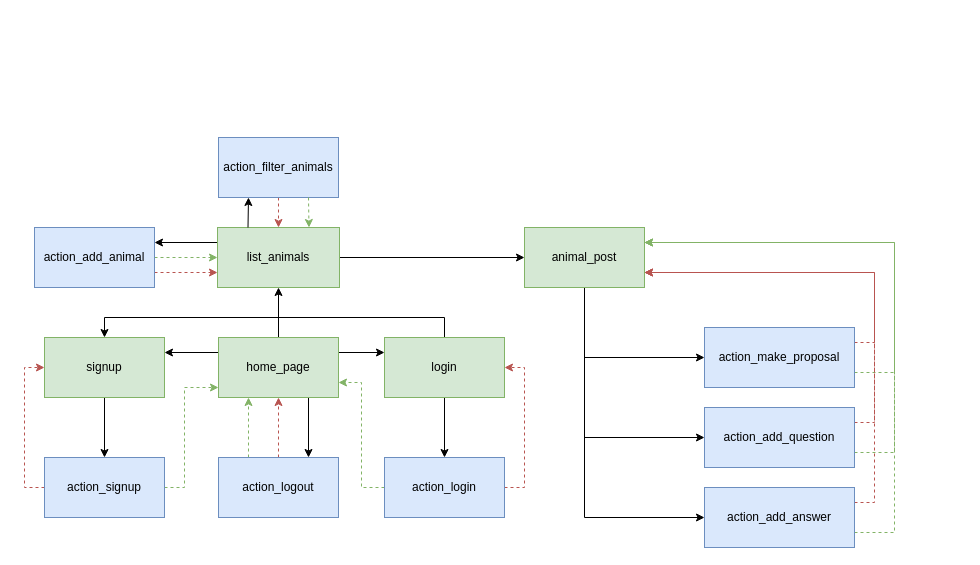
This is documentation/navigation_diagram.drawio from JoaoCostaIFG/LTW, a draw.io file, before an edit. Source tidied: cells renumbered, new cells numbered last; positions are measured from the earlier drawing's top-left corner, leaving out a move shared by most shapes. Both pictures are drawn from the tidied source at 100%, with x=0, y=0 at pixel (34, 137).
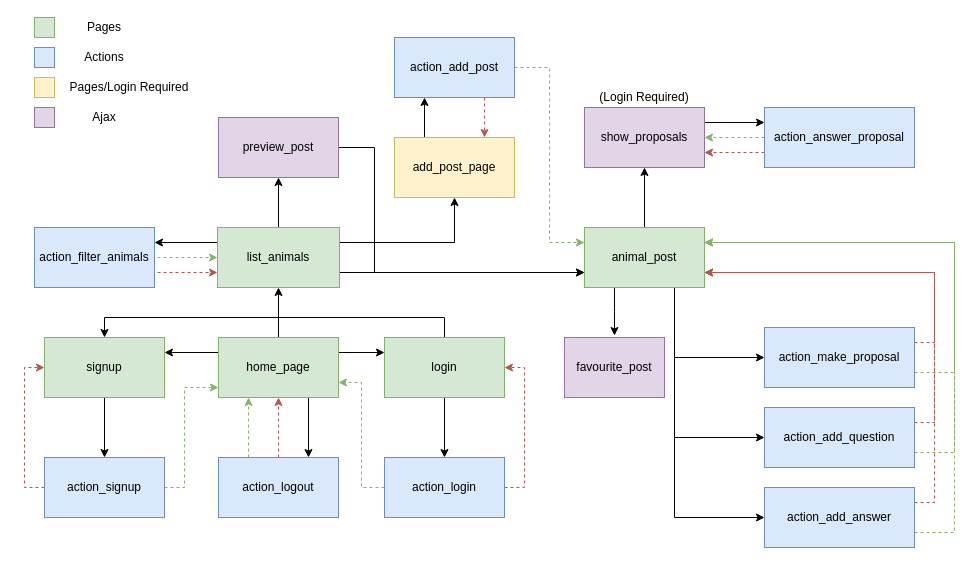
The same diagram, later.

Commit message (it also covers changes not shown here):
navigation diagram

The change refers to these unchanged cells:
```xml
<mxCell id="23" value="list_animals" style="rounded=0;whiteSpace=wrap;html=1;fillColor=#d5e8d4;strokeColor=#82b366;" parent="1" vertex="1">
  <mxGeometry x="183" y="90" width="122" height="60" as="geometry" />
</mxCell>
```

Change to the diagram source:
```diff
@@
-    <mxCell id="18" style="edgeStyle=orthogonalEdgeStyle;rounded=0;jettySize=auto;html=1;exitX=1;exitY=0.5;exitDx=0;exitDy=0;entryX=0;entryY=0.5;entryDx=0;entryDy=0;fillColor=#d5e8d4;strokeColor=#82b366;dashed=1;" parent="1" edge="1" source="20" target="23">
-      <mxGeometry relative="1" as="geometry" />
-    </mxCell>
-    <mxCell id="19" style="edgeStyle=orthogonalEdgeStyle;rounded=0;jettySize=auto;html=1;exitX=1;exitY=0.75;exitDx=0;exitDy=0;entryX=0;entryY=0.75;entryDx=0;entryDy=0;fillColor=#f8cecc;strokeColor=#b85450;dashed=1;" parent="1" edge="1" source="20" target="23">
-      <mxGeometry relative="1" as="geometry" />
-    </mxCell>
-    <mxCell id="20" value="action_add_animal" style="rounded=0;whiteSpace=wrap;html=1;fillColor=#dae8fc;strokeColor=#6c8ebf;" parent="1" vertex="1">
-      <mxGeometry y="90" width="120" height="60" as="geometry" />
-    </mxCell>
-    <mxCell id="21" style="edgeStyle=orthogonalEdgeStyle;rounded=0;jettySize=auto;html=1;exitX=1;exitY=0.5;exitDx=0;exitDy=0;entryX=0;entryY=0.5;entryDx=0;entryDy=0;" parent="1" edge="1" source="23" target="31">
+    <mxCell id="21" style="edgeStyle=orthogonalEdgeStyle;rounded=0;jettySize=auto;html=1;exitX=1;exitY=0.75;exitDx=0;exitDy=0;entryX=0;entryY=0.75;entryDx=0;entryDy=0;" parent="1" edge="1" source="23" target="31">
       <mxGeometry relative="1" as="geometry" />
     </mxCell>
-    <mxCell id="22" style="edgeStyle=orthogonalEdgeStyle;rounded=0;jettySize=auto;html=1;exitX=0;exitY=0.25;exitDx=0;exitDy=0;entryX=1;entryY=0.25;entryDx=0;entryDy=0;" parent="1" edge="1" source="23" target="20">
-      <mxGeometry relative="1" as="geometry" />
-    </mxCell>
+    <mxCell id="44" style="edgeStyle=orthogonalEdgeStyle;rounded=0;jettySize=auto;html=1;exitX=1;exitY=0.25;exitDx=0;exitDy=0;" parent="1" edge="1" source="23" target="56">
+      <mxGeometry relative="1" as="geometry" />
+    </mxCell>
+    <mxCell id="26" style="edgeStyle=orthogonalEdgeStyle;rounded=0;jettySize=auto;html=1;exitX=0;exitY=0.25;exitDx=0;exitDy=0;entryX=1;entryY=0.25;entryDx=0;entryDy=0;" parent="1" edge="1" source="23" target="25">
+      <mxGeometry relative="1" as="geometry" />
+    </mxCell>
+    <mxCell id="45" style="edgeStyle=orthogonalEdgeStyle;rounded=0;jettySize=auto;html=1;exitX=0.5;exitY=0;exitDx=0;exitDy=0;entryX=0.5;entryY=1;entryDx=0;entryDy=0;" parent="1" edge="1" source="23" target="63">
+      <mxGeometry relative="1" as="geometry" />
+    </mxCell>
@@
-    <mxCell id="24" style="edgeStyle=orthogonalEdgeStyle;rounded=0;jettySize=auto;html=1;exitX=0.5;exitY=1;exitDx=0;exitDy=0;entryX=0.5;entryY=0;entryDx=0;entryDy=0;dashed=1;fillColor=#f8cecc;strokeColor=#b85450;" parent="1" edge="1" source="25" target="23">
-      <mxGeometry relative="1" as="geometry" />
+    <mxCell id="24" style="edgeStyle=orthogonalEdgeStyle;rounded=0;jettySize=auto;html=1;exitX=1;exitY=0.5;exitDx=0;exitDy=0;entryX=0;entryY=0.75;entryDx=0;entryDy=0;dashed=1;fillColor=#f8cecc;strokeColor=#b85450;" parent="1" edge="1" source="25" target="23">
+      <mxGeometry relative="1" as="geometry">
+        <Array as="points">
+          <mxPoint x="120" y="135" />
+        </Array>
+      </mxGeometry>
     </mxCell>
+    <mxCell id="27" style="edgeStyle=orthogonalEdgeStyle;rounded=0;jettySize=auto;html=1;exitX=1;exitY=0.25;exitDx=0;exitDy=0;entryX=0;entryY=0.5;entryDx=0;entryDy=0;dashed=1;fillColor=#d5e8d4;strokeColor=#82b366;" parent="1" edge="1" source="25" target="23">
+      <mxGeometry relative="1" as="geometry">
+        <Array as="points">
+          <mxPoint x="120" y="120" />
+        </Array>
+      </mxGeometry>
+    </mxCell>
     <mxCell id="25" value="&lt;div&gt;action_filter_animals&lt;/div&gt;" style="rounded=0;whiteSpace=wrap;html=1;fillColor=#dae8fc;strokeColor=#6c8ebf;" parent="1" vertex="1">
-      <mxGeometry x="184" width="120" height="60" as="geometry" />
+      <mxGeometry y="90" width="120" height="60" as="geometry" />
     </mxCell>
-    <mxCell id="26" style="endArrow=classic;html=1;exitX=0.25;exitY=0;exitDx=0;exitDy=0;entryX=0.25;entryY=1;entryDx=0;entryDy=0;" parent="1" edge="1" source="23" target="25">
-      <mxGeometry relative="1" as="geometry" />
-    </mxCell>
-    <mxCell id="27" style="endArrow=classic;html=1;entryX=0.75;entryY=0;entryDx=0;entryDy=0;exitX=0.75;exitY=1;exitDx=0;exitDy=0;fillColor=#d5e8d4;strokeColor=#82b366;dashed=1;" parent="1" edge="1" source="25" target="23">
-      <mxGeometry relative="1" as="geometry" />
-    </mxCell>
-    <mxCell id="28" style="edgeStyle=orthogonalEdgeStyle;rounded=0;jettySize=auto;html=1;exitX=0.5;exitY=1;exitDx=0;exitDy=0;entryX=0;entryY=0.5;entryDx=0;entryDy=0;" parent="1" edge="1" source="31" target="34">
+    <mxCell id="28" style="edgeStyle=orthogonalEdgeStyle;rounded=0;jettySize=auto;html=1;exitX=0.75;exitY=1;exitDx=0;exitDy=0;entryX=0;entryY=0.5;entryDx=0;entryDy=0;" parent="1" edge="1" source="31" target="34">
       <mxGeometry relative="1" as="geometry" />
     </mxCell>
-    <mxCell id="29" style="edgeStyle=orthogonalEdgeStyle;rounded=0;jettySize=auto;html=1;exitX=0.5;exitY=1;exitDx=0;exitDy=0;entryX=0;entryY=0.5;entryDx=0;entryDy=0;" parent="1" edge="1" source="31" target="37">
+    <mxCell id="29" style="edgeStyle=orthogonalEdgeStyle;rounded=0;jettySize=auto;html=1;exitX=0.75;exitY=1;exitDx=0;exitDy=0;entryX=0;entryY=0.5;entryDx=0;entryDy=0;" parent="1" edge="1" source="31" target="37">
       <mxGeometry relative="1" as="geometry" />
     </mxCell>
-    <mxCell id="30" style="edgeStyle=orthogonalEdgeStyle;rounded=0;jettySize=auto;html=1;exitX=0.5;exitY=1;exitDx=0;exitDy=0;entryX=0;entryY=0.5;entryDx=0;entryDy=0;" parent="1" edge="1" source="31" target="40">
+    <mxCell id="30" style="edgeStyle=orthogonalEdgeStyle;rounded=0;jettySize=auto;html=1;exitX=0.75;exitY=1;exitDx=0;exitDy=0;entryX=0;entryY=0.5;entryDx=0;entryDy=0;" parent="1" edge="1" source="31" target="40">
       <mxGeometry relative="1" as="geometry" />
     </mxCell>
+    <mxCell id="46" style="edgeStyle=orthogonalEdgeStyle;rounded=0;jettySize=auto;html=1;exitX=0.5;exitY=0;exitDx=0;exitDy=0;entryX=0.5;entryY=1;entryDx=0;entryDy=0;" parent="1" edge="1" source="31" target="49">
+      <mxGeometry relative="1" as="geometry" />
+    </mxCell>
+    <mxCell id="47" style="edgeStyle=orthogonalEdgeStyle;rounded=0;jettySize=auto;html=1;exitX=0.25;exitY=1;exitDx=0;exitDy=0;" parent="1" edge="1" source="31">
+      <mxGeometry relative="1" as="geometry">
+        <mxPoint x="580" y="198" as="targetPoint" />
+      </mxGeometry>
+    </mxCell>
     <mxCell id="31" value="animal_post" style="rounded=0;whiteSpace=wrap;html=1;fillColor=#d5e8d4;strokeColor=#82b366;" parent="1" vertex="1">
-      <mxGeometry x="490" y="90" width="120" height="60" as="geometry" />
+      <mxGeometry x="550" y="90" width="120" height="60" as="geometry" />
     </mxCell>
     <mxCell id="32" style="edgeStyle=orthogonalEdgeStyle;rounded=0;jettySize=auto;html=1;exitX=1;exitY=0.75;exitDx=0;exitDy=0;entryX=1;entryY=0.25;entryDx=0;entryDy=0;fillColor=#d5e8d4;strokeColor=#82b366;dashed=1;" parent="1" edge="1" source="34" target="31">
       <mxGeometry relative="1" as="geometry">
         <Array as="points">
-          <mxPoint x="860" y="235" />
-          <mxPoint x="860" y="105" />
+          <mxPoint x="920" y="235" />
+          <mxPoint x="920" y="105" />
         </Array>
       </mxGeometry>
     </mxCell>
@@
     <mxCell id="34" value="&lt;div&gt;action_make_proposal&lt;/div&gt;" style="rounded=0;whiteSpace=wrap;html=1;fillColor=#dae8fc;strokeColor=#6c8ebf;" parent="1" vertex="1">
-      <mxGeometry x="670" y="190" width="150" height="60" as="geometry" />
+      <mxGeometry x="730" y="190" width="150" height="60" as="geometry" />
     </mxCell>
     <mxCell id="35" style="edgeStyle=orthogonalEdgeStyle;rounded=0;jettySize=auto;html=1;exitX=1;exitY=0.75;exitDx=0;exitDy=0;entryX=1;entryY=0.25;entryDx=0;entryDy=0;fillColor=#d5e8d4;strokeColor=#82b366;dashed=1;" parent="1" edge="1" source="37" target="31">
       <mxGeometry relative="1" as="geometry">
         <Array as="points">
-          <mxPoint x="860" y="315" />
-          <mxPoint x="860" y="105" />
+          <mxPoint x="920" y="315" />
+          <mxPoint x="920" y="105" />
         </Array>
       </mxGeometry>
     </mxCell>
@@
     <mxCell id="37" value="action_add_question" style="rounded=0;whiteSpace=wrap;html=1;fillColor=#dae8fc;strokeColor=#6c8ebf;" parent="1" vertex="1">
-      <mxGeometry x="670" y="270" width="150" height="60" as="geometry" />
+      <mxGeometry x="730" y="270" width="150" height="60" as="geometry" />
     </mxCell>
     <mxCell id="38" style="edgeStyle=orthogonalEdgeStyle;rounded=0;jettySize=auto;html=1;exitX=1;exitY=0.75;exitDx=0;exitDy=0;entryX=1;entryY=0.25;entryDx=0;entryDy=0;dashed=1;fillColor=#d5e8d4;strokeColor=#82b366;" parent="1" edge="1" source="40" target="31">
       <mxGeometry relative="1" as="geometry">
         <Array as="points">
-          <mxPoint x="860" y="395" />
-          <mxPoint x="860" y="105" />
+          <mxPoint x="920" y="395" />
+          <mxPoint x="920" y="105" />
         </Array>
       </mxGeometry>
     </mxCell>
@@
     <mxCell id="40" value="action_add_answer" style="rounded=0;whiteSpace=wrap;html=1;fillColor=#dae8fc;strokeColor=#6c8ebf;" parent="1" vertex="1">
-      <mxGeometry x="670" y="350" width="150" height="60" as="geometry" />
+      <mxGeometry x="730" y="350" width="150" height="60" as="geometry" />
     </mxCell>
@@
+    <mxCell id="48" style="edgeStyle=orthogonalEdgeStyle;rounded=0;jettySize=auto;html=1;exitX=1;exitY=0.25;exitDx=0;exitDy=0;entryX=0;entryY=0.25;entryDx=0;entryDy=0;" parent="1" edge="1" source="49" target="54">
+      <mxGeometry relative="1" as="geometry" />
+    </mxCell>
+    <mxCell id="49" value="show_proposals" style="rounded=0;whiteSpace=wrap;html=1;strokeColor=#9673a6;fillColor=#e1d5e7;" parent="1" vertex="1">
+      <mxGeometry x="550" y="-30" width="120" height="60" as="geometry" />
+    </mxCell>
+    <mxCell id="50" style="rounded=0;whiteSpace=wrap;html=1;fillColor=#fff2cc;strokeColor=#d6b656;" parent="1" vertex="1">
+      <mxGeometry y="-60" width="20" height="20" as="geometry" />
+    </mxCell>
+    <mxCell id="51" value="Pages/Login Required" style="text;html=1;strokeColor=none;fillColor=none;align=center;verticalAlign=middle;whiteSpace=wrap;rounded=0;" parent="1" vertex="1">
+      <mxGeometry x="30" y="-60" width="130" height="20" as="geometry" />
+    </mxCell>
+    <mxCell id="52" style="edgeStyle=orthogonalEdgeStyle;rounded=0;jettySize=auto;html=1;exitX=0;exitY=0.5;exitDx=0;exitDy=0;entryX=1;entryY=0.5;entryDx=0;entryDy=0;fillColor=#d5e8d4;strokeColor=#82b366;dashed=1;" parent="1" edge="1" source="54" target="49">
+      <mxGeometry relative="1" as="geometry" />
+    </mxCell>
+    <mxCell id="53" style="edgeStyle=orthogonalEdgeStyle;rounded=0;jettySize=auto;html=1;exitX=0;exitY=0.75;exitDx=0;exitDy=0;entryX=1;entryY=0.75;entryDx=0;entryDy=0;fillColor=#f8cecc;strokeColor=#b85450;dashed=1;" parent="1" edge="1" source="54" target="49">
+      <mxGeometry relative="1" as="geometry" />
+    </mxCell>
+    <mxCell id="54" value="action_answer_proposal" style="rounded=0;whiteSpace=wrap;html=1;fillColor=#dae8fc;strokeColor=#6c8ebf;" parent="1" vertex="1">
+      <mxGeometry x="730" y="-30" width="150" height="60" as="geometry" />
+    </mxCell>
+    <mxCell id="55" style="edgeStyle=orthogonalEdgeStyle;rounded=0;jettySize=auto;html=1;exitX=0.25;exitY=0;exitDx=0;exitDy=0;entryX=0.25;entryY=1;entryDx=0;entryDy=0;" parent="1" edge="1" source="56" target="59">
+      <mxGeometry relative="1" as="geometry" />
+    </mxCell>
+    <mxCell id="56" value="add_post_page" style="rounded=0;whiteSpace=wrap;html=1;fillColor=#fff2cc;strokeColor=#d6b656;" parent="1" vertex="1">
+      <mxGeometry x="360" width="120" height="60" as="geometry" />
+    </mxCell>
+    <mxCell id="57" style="edgeStyle=orthogonalEdgeStyle;rounded=0;jettySize=auto;html=1;exitX=0.75;exitY=1;exitDx=0;exitDy=0;entryX=0.75;entryY=0;entryDx=0;entryDy=0;dashed=1;fillColor=#f8cecc;strokeColor=#b85450;" parent="1" edge="1" source="59" target="56">
+      <mxGeometry relative="1" as="geometry" />
+    </mxCell>
+    <mxCell id="58" style="edgeStyle=orthogonalEdgeStyle;rounded=0;jettySize=auto;html=1;exitX=1;exitY=0.5;exitDx=0;exitDy=0;entryX=0;entryY=0.25;entryDx=0;entryDy=0;dashed=1;fillColor=#d5e8d4;strokeColor=#82b366;" parent="1" edge="1" source="59" target="31">
+      <mxGeometry relative="1" as="geometry" />
+    </mxCell>
+    <mxCell id="59" value="&lt;div&gt;action_add_post&lt;/div&gt;" style="rounded=0;whiteSpace=wrap;html=1;fillColor=#dae8fc;strokeColor=#6c8ebf;" parent="1" vertex="1">
+      <mxGeometry x="360" y="-100" width="120" height="60" as="geometry" />
+    </mxCell>
+    <mxCell id="60" style="rounded=0;whiteSpace=wrap;html=1;fillColor=#e1d5e7;strokeColor=#9673a6;" parent="1" vertex="1">
+      <mxGeometry y="-30" width="20" height="20" as="geometry" />
+    </mxCell>
+    <mxCell id="61" value="&lt;div&gt;Ajax&lt;/div&gt;" style="text;html=1;strokeColor=none;fillColor=none;align=center;verticalAlign=middle;whiteSpace=wrap;rounded=0;" parent="1" vertex="1">
+      <mxGeometry x="50" y="-30" width="40" height="20" as="geometry" />
+    </mxCell>
+    <mxCell id="62" style="edgeStyle=orthogonalEdgeStyle;rounded=0;jettySize=auto;html=1;exitX=1;exitY=0.5;exitDx=0;exitDy=0;entryX=0;entryY=0.75;entryDx=0;entryDy=0;" parent="1" edge="1" source="63" target="31">
+      <mxGeometry relative="1" as="geometry">
+        <Array as="points">
+          <mxPoint x="340" y="10" />
+          <mxPoint x="340" y="135" />
+        </Array>
+      </mxGeometry>
+    </mxCell>
+    <mxCell id="63" value="preview_post" style="rounded=0;whiteSpace=wrap;html=1;fillColor=#e1d5e7;strokeColor=#9673a6;" parent="1" vertex="1">
+      <mxGeometry x="184" y="-20" width="120" height="60" as="geometry" />
+    </mxCell>
+    <mxCell id="64" value="favourite_post" style="rounded=0;whiteSpace=wrap;html=1;fillColor=#e1d5e7;strokeColor=#9673a6;" parent="1" vertex="1">
+      <mxGeometry x="530" y="200" width="100" height="60" as="geometry" />
+    </mxCell>
+    <mxCell id="65" style="rounded=0;whiteSpace=wrap;html=1;fillColor=#dae8fc;strokeColor=#6c8ebf;" parent="1" vertex="1">
+      <mxGeometry y="-90" width="20" height="20" as="geometry" />
+    </mxCell>
+    <mxCell id="66" value="Actions" style="text;html=1;strokeColor=none;fillColor=none;align=center;verticalAlign=middle;whiteSpace=wrap;rounded=0;" parent="1" vertex="1">
+      <mxGeometry x="20" y="-90" width="100" height="20" as="geometry" />
+    </mxCell>
+    <mxCell id="67" style="rounded=0;whiteSpace=wrap;html=1;fillColor=#d5e8d4;strokeColor=#82b366;" parent="1" vertex="1">
+      <mxGeometry y="-120" width="20" height="20" as="geometry" />
+    </mxCell>
+    <mxCell id="68" value="Pages" style="text;html=1;strokeColor=none;fillColor=none;align=center;verticalAlign=middle;whiteSpace=wrap;rounded=0;" parent="1" vertex="1">
+      <mxGeometry x="20" y="-120" width="100" height="20" as="geometry" />
+    </mxCell>
+    <mxCell id="69" value="(Login Required)" style="text;html=1;strokeColor=none;fillColor=none;align=center;verticalAlign=middle;whiteSpace=wrap;rounded=0;" parent="1" vertex="1">
+      <mxGeometry x="550" y="-50" width="120" height="20" as="geometry" />
+    </mxCell>
```
